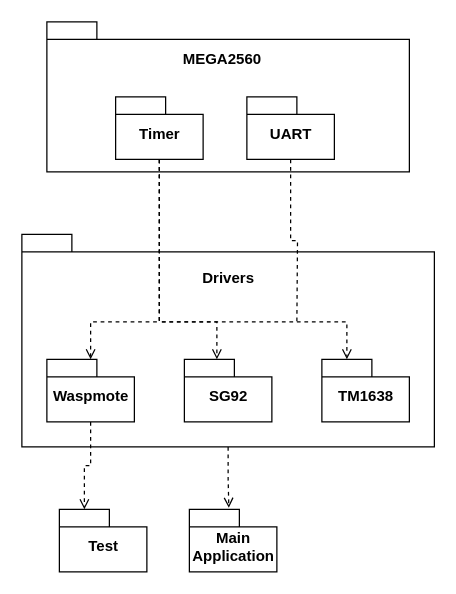
This is page "Package diagram" (2 of 2) of Project/diagrams/architecture.drawio from skjesp/AMS, a draw.io file, before an edit. Source tidied: cells renumbered, new cells numbered last; positions are measured from the earlier drawing's top-left corner, leaving out a move shared by most shapes. Both pictures are drawn from the tidied source at 125%, with x=0, y=0 at pixel (21, 21).
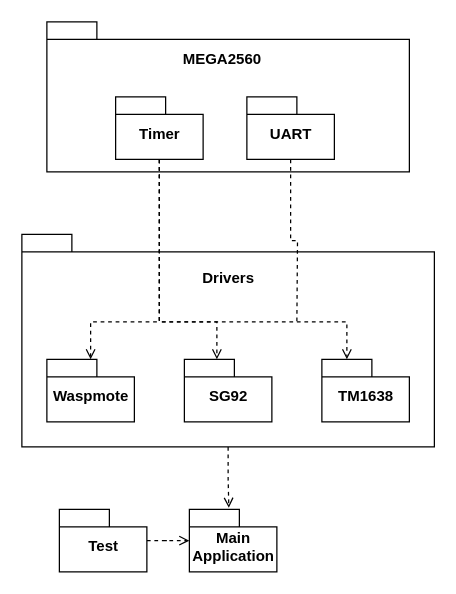
After the change.

Unchanged cells that the change refers to:
```xml
<mxCell id="14" value="Waspmote" style="shape=folder;fontStyle=1;spacingTop=10;tabWidth=40;tabHeight=14;tabPosition=left;html=1;" parent="1" vertex="1">
  <mxGeometry x="20" y="270" width="70" height="50" as="geometry" />
</mxCell>
<mxCell id="15" value="Test" style="shape=folder;fontStyle=1;spacingTop=10;tabWidth=40;tabHeight=14;tabPosition=left;html=1;" parent="1" vertex="1">
  <mxGeometry x="30" y="390" width="70" height="50" as="geometry" />
</mxCell>
<mxCell id="16" value="Main&lt;br&gt;Application" style="shape=folder;fontStyle=1;spacingTop=10;tabWidth=40;tabHeight=14;tabPosition=left;html=1;" parent="1" vertex="1">
  <mxGeometry x="134" y="390" width="70" height="50" as="geometry" />
</mxCell>
```

Diff of the diagram source:
```diff
@@
-    <mxCell id="13" style="edgeStyle=orthogonalEdgeStyle;rounded=0;jettySize=auto;html=1;entryX=0;entryY=0;entryDx=20;entryDy=0;entryPerimeter=0;dashed=1;endArrow=open;endFill=0;" parent="1" edge="1" source="14" target="15">
-      <mxGeometry relative="1" as="geometry" />
-    </mxCell>
@@
+    <mxCell id="19" style="edgeStyle=orthogonalEdgeStyle;rounded=0;jettySize=auto;html=1;dashed=1;endArrow=open;endFill=0;" parent="1" edge="1" source="15" target="16">
+      <mxGeometry relative="1" as="geometry" />
+    </mxCell>
```
